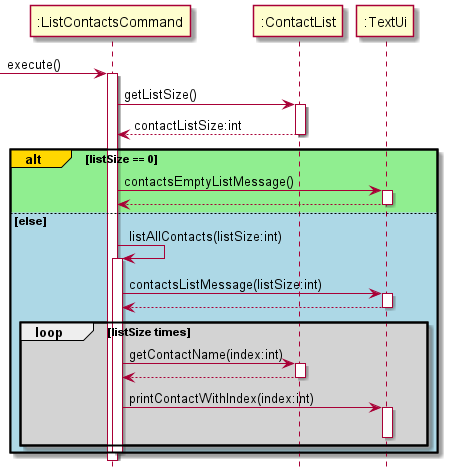
Above: docs/images/ListContactsCommandSequenceDiagram.png in nus-cs2113-AY2122S1/tp (PlantUML), before the change.
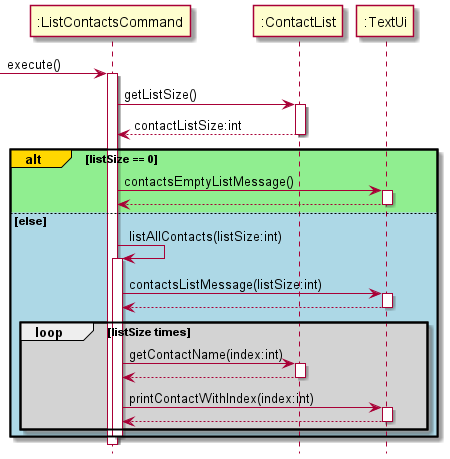
Later version of the same file.

The edit, as a diff of the source:
```diff
@@ -14,6 +14,7 @@
     activate ":TextUi"
     ":TextUi" --> ":ListContactsCommand"
     deactivate ":TextUi"
+
 else #lightblue else
     ":ListContactsCommand" -> ":ListContactsCommand" : listAllContacts(listSize:int)
     activate ":ListContactsCommand"
@@ -24,14 +25,16 @@
 
     loop #lightgrey listSize times
 
-        ":ListContactsCommand" -> ":ContactList" : getContactName(index:int)
-        activate ":ContactList"
-        ":ContactList" --> ":ListContactsCommand"
-        deactivate ":ContactList"
-        ":ListContactsCommand" -> ":TextUi" : printContactWithIndex(index:int)
-        activate ":TextUi"
-        deactivate ":TextUi"
+    ":ListContactsCommand" -> ":ContactList" : getContactName(index:int)
+    activate ":ContactList"
+    ":ContactList" --> ":ListContactsCommand"
+    deactivate ":ContactList"
+    ":ListContactsCommand" -> ":TextUi" : printContactWithIndex(index:int)
+    activate ":TextUi"
+    ":TextUi" --> ":ListContactsCommand"
+    deactivate ":TextUi"
     end
+
     deactivate ":ListContactsCommand"
 end
 @enduml
```
